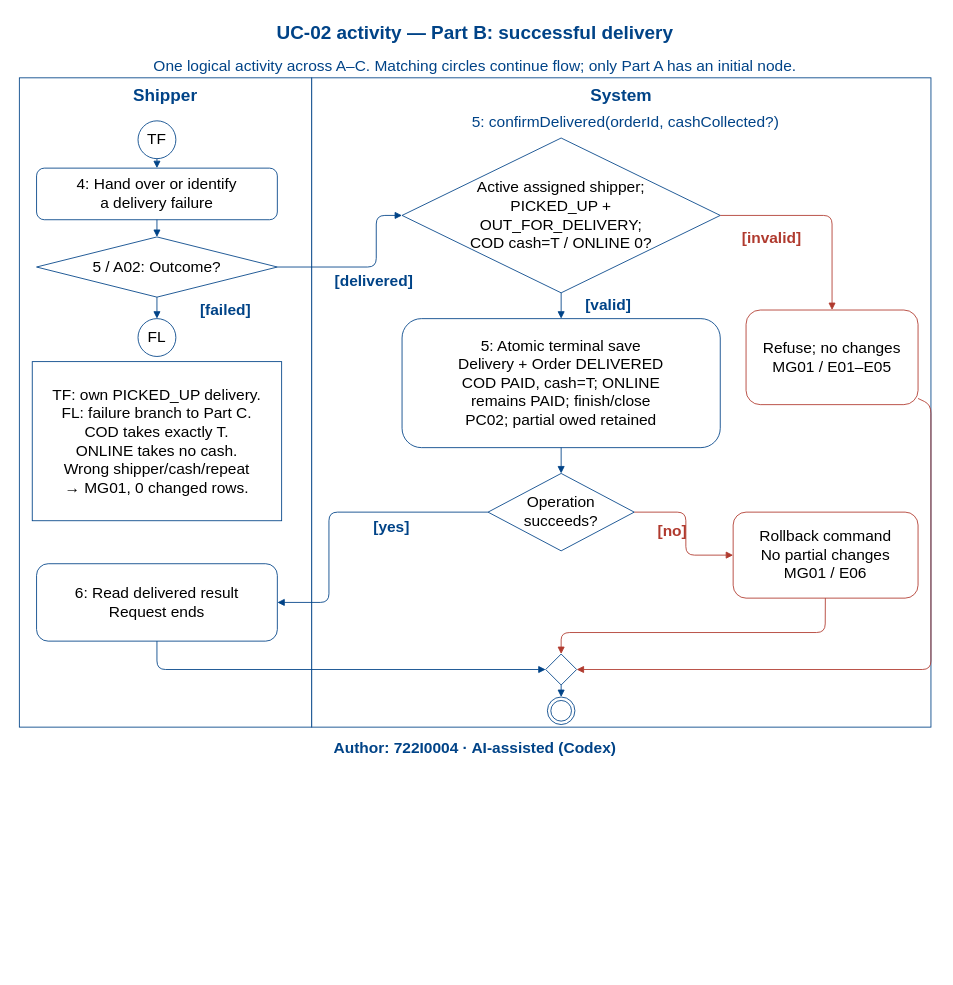
Earlier version of the draw.io diagram models/UC-02/activity_uc02_PartB.drawio (Dat071104/SaigonBite). Source tidied: cells renumbered, new cells numbered last; positions are measured from the earlier drawing's top-left corner, leaving out a move shared by most shapes. Both pictures are drawn from the tidied source at 86%, with x=0, y=0 at pixel (15, 15).
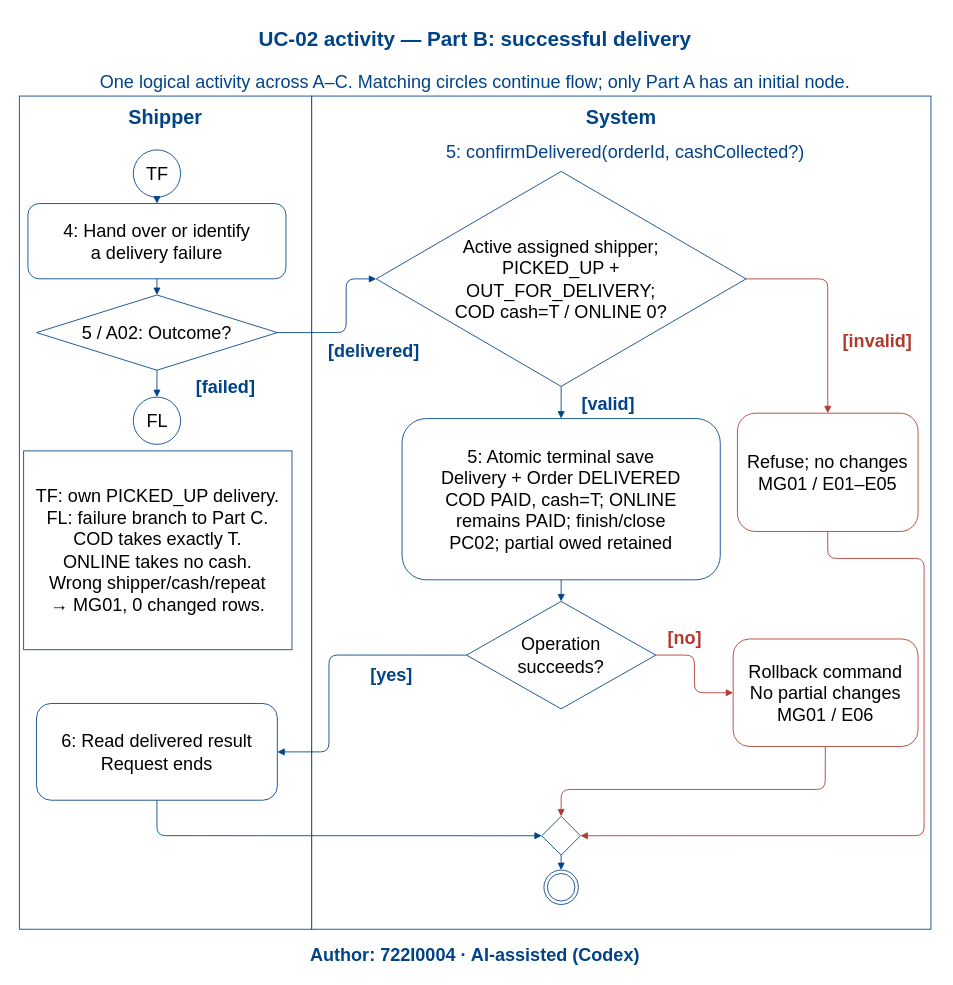
The same page after the edit.

Diff of the diagram source:
```diff
@@
-    <mxCell id="2" value="UC-02 activity — Part B: successful delivery" style="text;html=0;whiteSpace=wrap;fontSize=22;fontColor=#004387;fontStyle=1;align=center;verticalAlign=middle;strokeColor=none;fillColor=none;" parent="1" vertex="1">
-      <mxGeometry x="5" width="1060" height="42" as="geometry" />
+    <mxCell id="2" value="UC-02 activity — Part B: successful delivery" style="text;html=0;whiteSpace=wrap;fontSize=24;fontColor=#004387;fontStyle=1;align=center;verticalAlign=middle;strokeColor=none;fillColor=none;" parent="1" vertex="1">
+      <mxGeometry x="5" y="3" width="1060" height="52.5" as="geometry" />
     </mxCell>
-    <mxCell id="3" value="Author: 722I0004 · AI-assisted (Codex)" style="text;html=0;whiteSpace=wrap;fontSize=18;fontColor=#004387;fontStyle=1;align=center;verticalAlign=middle;strokeColor=none;fillColor=none;" parent="1" vertex="1">
-      <mxGeometry x="5" y="838" width="1060" height="28" as="geometry" />
+    <mxCell id="3" value="Author: 722I0004 · AI-assisted (Codex)" style="text;html=0;whiteSpace=wrap;fontSize=21;fontColor=#004387;fontStyle=1;align=center;verticalAlign=middle;strokeColor=none;fillColor=none;" parent="1" vertex="1">
+      <mxGeometry x="5" y="1075.5" width="1060" height="35" as="geometry" />
     </mxCell>
-    <mxCell id="4" style="rounded=0;html=0;whiteSpace=wrap;strokeColor=#004387;fillColor=white;fontSize=18;align=center;verticalAlign=middle;" parent="1" vertex="1">
-      <mxGeometry x="5" y="73" width="340" height="755" as="geometry" />
+    <mxCell id="4" style="rounded=0;html=0;whiteSpace=wrap;strokeColor=#004387;fillColor=white;fontSize=21;align=center;verticalAlign=middle;" parent="1" vertex="1">
+      <mxGeometry x="5" y="94.2" width="340" height="968.8" as="geometry" />
     </mxCell>
-    <mxCell id="5" style="rounded=0;html=0;whiteSpace=wrap;strokeColor=#004387;fillColor=white;fontSize=18;align=center;verticalAlign=middle;" parent="1" vertex="1">
-      <mxGeometry x="345" y="73" width="720" height="755" as="geometry" />
+    <mxCell id="5" style="rounded=0;html=0;whiteSpace=wrap;strokeColor=#004387;fillColor=white;fontSize=21;align=center;verticalAlign=middle;" parent="1" vertex="1">
+      <mxGeometry x="345" y="94.2" width="720" height="968.8" as="geometry" />
     </mxCell>
-    <mxCell id="6" value="Shipper" style="text;html=0;whiteSpace=wrap;fontSize=20;fontColor=#004387;fontStyle=1;align=center;verticalAlign=middle;strokeColor=none;fillColor=none;" parent="1" vertex="1">
-      <mxGeometry x="10" y="78" width="330" height="30" as="geometry" />
+    <mxCell id="6" value="Shipper" style="text;html=0;whiteSpace=wrap;fontSize=23;fontColor=#004387;fontStyle=1;align=center;verticalAlign=middle;strokeColor=none;fillColor=none;" parent="1" vertex="1">
+      <mxGeometry x="10" y="100.5" width="330" height="37.5" as="geometry" />
     </mxCell>
-    <mxCell id="7" value="System" style="text;html=0;whiteSpace=wrap;fontSize=20;fontColor=#004387;fontStyle=1;align=center;verticalAlign=middle;strokeColor=none;fillColor=none;" parent="1" vertex="1">
-      <mxGeometry x="350" y="78" width="710" height="30" as="geometry" />
+    <mxCell id="7" value="System" style="text;html=0;whiteSpace=wrap;fontSize=23;fontColor=#004387;fontStyle=1;align=center;verticalAlign=middle;strokeColor=none;fillColor=none;" parent="1" vertex="1">
+      <mxGeometry x="350" y="100.5" width="710" height="37.5" as="geometry" />
     </mxCell>
-    <mxCell id="8" value="TF" style="ellipse;html=0;whiteSpace=wrap;strokeColor=#004387;fillColor=white;fontSize=18;align=center;verticalAlign=middle;" parent="1" vertex="1">
-      <mxGeometry x="143" y="123" width="44" height="44" as="geometry" />
+    <mxCell id="8" value="TF" style="ellipse;html=0;whiteSpace=wrap;strokeColor=#004387;fillColor=white;fontSize=21;align=center;verticalAlign=middle;" parent="1" vertex="1">
+      <mxGeometry x="137.5" y="156.8" width="55" height="55" as="geometry" />
     </mxCell>
-    <mxCell id="9" value="4: Hand over or identify&#10;a delivery failure" style="rounded=1;html=0;whiteSpace=wrap;strokeColor=#004387;fillColor=white;fontSize=18;align=center;verticalAlign=middle;" parent="1" vertex="1">
-      <mxGeometry x="25" y="178" width="280" height="60" as="geometry" />
+    <mxCell id="9" value="4: Hand over or identify&#10;a delivery failure" style="rounded=1;html=0;whiteSpace=wrap;strokeColor=#004387;fillColor=white;fontSize=21;align=center;verticalAlign=middle;" parent="1" vertex="1">
+      <mxGeometry x="15" y="219.2" width="300" height="87.5" as="geometry" />
     </mxCell>
-    <mxCell id="10" value="5 / A02: Outcome?" style="rhombus;html=0;whiteSpace=wrap;strokeColor=#004387;fillColor=white;fontSize=18;align=center;verticalAlign=middle;" parent="1" vertex="1">
-      <mxGeometry x="25" y="258" width="280" height="70" as="geometry" />
+    <mxCell id="10" value="5 / A02: Outcome?" style="rhombus;html=0;whiteSpace=wrap;strokeColor=#004387;fillColor=white;fontSize=21;align=center;verticalAlign=middle;" parent="1" vertex="1">
+      <mxGeometry x="25" y="325.5" width="280" height="87.5" as="geometry" />
     </mxCell>
-    <mxCell id="11" value="Active assigned shipper;&#10;PICKED_UP +&#10;OUT_FOR_DELIVERY;&#10;COD cash=T / ONLINE 0?" style="rhombus;html=0;whiteSpace=wrap;strokeColor=#004387;fillColor=white;fontSize=18;align=center;verticalAlign=middle;" parent="1" vertex="1">
-      <mxGeometry x="450" y="143" width="370" height="180" as="geometry" />
+    <mxCell id="11" value="Active assigned shipper;&#10;PICKED_UP +&#10;OUT_FOR_DELIVERY;&#10;COD cash=T / ONLINE 0?" style="rhombus;html=0;whiteSpace=wrap;strokeColor=#004387;fillColor=white;fontSize=21;align=center;verticalAlign=middle;" parent="1" vertex="1">
+      <mxGeometry x="420" y="181.8" width="430" height="250" as="geometry" />
     </mxCell>
-    <mxCell id="12" value="5: Atomic terminal save&#10;Delivery + Order DELIVERED&#10;COD PAID, cash=T; ONLINE&#10;remains PAID; finish/close&#10;PC02; partial owed retained" style="rounded=1;html=0;whiteSpace=wrap;strokeColor=#004387;fillColor=white;fontSize=18;align=center;verticalAlign=middle;" parent="1" vertex="1">
-      <mxGeometry x="450" y="353" width="370" height="150" as="geometry" />
+    <mxCell id="12" value="5: Atomic terminal save&#10;Delivery + Order DELIVERED&#10;COD PAID, cash=T; ONLINE&#10;remains PAID; finish/close&#10;PC02; partial owed retained" style="rounded=1;html=0;whiteSpace=wrap;strokeColor=#004387;fillColor=white;fontSize=21;align=center;verticalAlign=middle;" parent="1" vertex="1">
+      <mxGeometry x="450" y="469.2" width="370" height="187.5" as="geometry" />
     </mxCell>
-    <mxCell id="13" value="5: confirmDelivered(orderId, cashCollected?)" style="text;html=0;whiteSpace=wrap;fontSize=18;fontColor=#004387;fontStyle=0;align=center;verticalAlign=middle;strokeColor=none;fillColor=none;" parent="1" vertex="1">
-      <mxGeometry x="385" y="112" width="650" height="26" as="geometry" />
+    <mxCell id="13" value="5: confirmDelivered(orderId, cashCollected?)" style="text;html=0;whiteSpace=wrap;fontSize=21;fontColor=#004387;fontStyle=0;align=center;verticalAlign=middle;strokeColor=none;fillColor=none;" parent="1" vertex="1">
+      <mxGeometry x="385" y="143" width="650" height="32.5" as="geometry" />
     </mxCell>
-    <mxCell id="14" value="Operation&#10;succeeds?" style="rhombus;html=0;whiteSpace=wrap;strokeColor=#004387;fillColor=white;fontSize=18;align=center;verticalAlign=middle;" parent="1" vertex="1">
-      <mxGeometry x="550" y="533" width="170" height="90" as="geometry" />
+    <mxCell id="14" value="Operation&#10;succeeds?" style="rhombus;html=0;whiteSpace=wrap;strokeColor=#004387;fillColor=white;fontSize=21;align=center;verticalAlign=middle;" parent="1" vertex="1">
+      <mxGeometry x="525" y="681.8" width="220" height="125" as="geometry" />
     </mxCell>
-    <mxCell id="15" value="Refuse; no changes&#10;MG01 / E01–E05" style="rounded=1;html=0;whiteSpace=wrap;strokeColor=#B03A2E;fillColor=white;fontSize=18;align=center;verticalAlign=middle;" parent="1" vertex="1">
-      <mxGeometry x="850" y="343" width="200" height="110" as="geometry" />
+    <mxCell id="15" value="Refuse; no changes&#10;MG01 / E01–E05" style="rounded=1;html=0;whiteSpace=wrap;strokeColor=#B03A2E;fillColor=white;fontSize=21;align=center;verticalAlign=middle;" parent="1" vertex="1">
+      <mxGeometry x="840" y="463" width="210" height="137.5" as="geometry" />
     </mxCell>
-    <mxCell id="16" value="Rollback command&#10;No partial changes&#10;MG01 / E06" style="rounded=1;html=0;whiteSpace=wrap;strokeColor=#B03A2E;fillColor=white;fontSize=18;align=center;verticalAlign=middle;" parent="1" vertex="1">
-      <mxGeometry x="835" y="578" width="215" height="100" as="geometry" />
+    <mxCell id="16" value="Rollback command&#10;No partial changes&#10;MG01 / E06" style="rounded=1;html=0;whiteSpace=wrap;strokeColor=#B03A2E;fillColor=white;fontSize=21;align=center;verticalAlign=middle;" parent="1" vertex="1">
+      <mxGeometry x="835" y="725.5" width="215" height="125" as="geometry" />
     </mxCell>
-    <mxCell id="17" value="6: Read delivered result&#10;Request ends" style="rounded=1;html=0;whiteSpace=wrap;strokeColor=#004387;fillColor=white;fontSize=18;align=center;verticalAlign=middle;" parent="1" vertex="1">
-      <mxGeometry x="25" y="638" width="280" height="90" as="geometry" />
+    <mxCell id="17" value="6: Read delivered result&#10;Request ends" style="rounded=1;html=0;whiteSpace=wrap;strokeColor=#004387;fillColor=white;fontSize=21;align=center;verticalAlign=middle;" parent="1" vertex="1">
+      <mxGeometry x="25" y="800.5" width="280" height="112.5" as="geometry" />
     </mxCell>
-    <mxCell id="18" style="rhombus;html=0;whiteSpace=wrap;strokeColor=#004387;fillColor=white;fontSize=18;align=center;verticalAlign=middle;" parent="1" vertex="1">
-      <mxGeometry x="617" y="743" width="36" height="36" as="geometry" />
+    <mxCell id="18" style="rhombus;html=0;whiteSpace=wrap;strokeColor=#004387;fillColor=white;fontSize=21;align=center;verticalAlign=middle;" parent="1" vertex="1">
+      <mxGeometry x="612.5" y="931.8" width="45" height="45" as="geometry" />
     </mxCell>
-    <mxCell id="19" style="shape=endState;html=0;whiteSpace=wrap;strokeColor=#004387;fillColor=white;fontSize=18;align=center;verticalAlign=middle;" parent="1" vertex="1">
-      <mxGeometry x="619" y="793" width="32" height="32" as="geometry" />
+    <mxCell id="19" style="shape=endState;html=0;whiteSpace=wrap;strokeColor=#004387;fillColor=white;fontSize=21;align=center;verticalAlign=middle;" parent="1" vertex="1">
+      <mxGeometry x="615" y="994.2" width="40" height="40" as="geometry" />
     </mxCell>
-    <mxCell id="20" value="TF: own PICKED_UP delivery.&#10;FL: failure branch to Part C.&#10;COD takes exactly T.&#10;ONLINE takes no cash.&#10;Wrong shipper/cash/repeat&#10;→ MG01, 0 changed rows." style="rounded=0;html=0;whiteSpace=wrap;strokeColor=#004387;fillColor=white;fontSize=18;align=center;verticalAlign=middle;" parent="1" vertex="1">
-      <mxGeometry x="20" y="403" width="290" height="185" as="geometry" />
+    <mxCell id="20" value="TF: own PICKED_UP delivery.&#10;FL: failure branch to Part C.&#10;COD takes exactly T.&#10;ONLINE takes no cash.&#10;Wrong shipper/cash/repeat&#10;→ MG01, 0 changed rows." style="rounded=0;html=0;whiteSpace=wrap;strokeColor=#004387;fillColor=white;fontSize=21;align=center;verticalAlign=middle;" parent="1" vertex="1">
+      <mxGeometry x="10" y="506.8" width="312" height="231.2" as="geometry" />
     </mxCell>
@@
     <mxCell id="23" style="edgeStyle=none;html=0;endArrow=block;strokeColor=#004387;" parent="1" edge="1" source="10" target="11">
       <mxGeometry relative="1" as="geometry">
         <Array as="points">
-          <mxPoint x="420" y="293" />
-          <mxPoint x="420" y="233" />
+          <mxPoint x="385" y="369.2" />
+          <mxPoint x="385" y="306.8" />
         </Array>
       </mxGeometry>
     </mxCell>
-    <mxCell id="24" value="[delivered]" style="text;html=0;whiteSpace=wrap;fontSize=18;fontColor=#004387;fontStyle=1;align=center;verticalAlign=middle;strokeColor=none;fillColor=none;" parent="1" vertex="1">
-      <mxGeometry x="355" y="297" width="125" height="26" as="geometry" />
+    <mxCell id="24" value="[delivered]" style="text;html=0;whiteSpace=wrap;fontSize=21;fontColor=#004387;fontStyle=1;align=center;verticalAlign=middle;strokeColor=none;fillColor=none;" parent="1" vertex="1">
+      <mxGeometry x="355" y="374.2" width="125" height="32.5" as="geometry" />
     </mxCell>
-    <mxCell id="25" value="FL" style="ellipse;html=0;whiteSpace=wrap;strokeColor=#004387;fillColor=white;fontSize=18;align=center;verticalAlign=middle;" parent="1" vertex="1">
-      <mxGeometry x="143" y="353" width="44" height="44" as="geometry" />
+    <mxCell id="25" value="FL" style="ellipse;html=0;whiteSpace=wrap;strokeColor=#004387;fillColor=white;fontSize=21;align=center;verticalAlign=middle;" parent="1" vertex="1">
+      <mxGeometry x="137.5" y="444.2" width="55" height="55" as="geometry" />
     </mxCell>
@@
-    <mxCell id="27" value="[failed]" style="text;html=0;whiteSpace=wrap;fontSize=18;fontColor=#004387;fontStyle=1;align=center;verticalAlign=middle;strokeColor=none;fillColor=none;" parent="1" vertex="1">
-      <mxGeometry x="190" y="330" width="110" height="26" as="geometry" />
+    <mxCell id="27" value="[failed]" style="text;html=0;whiteSpace=wrap;fontSize=21;fontColor=#004387;fontStyle=1;align=center;verticalAlign=middle;strokeColor=none;fillColor=none;" parent="1" vertex="1">
+      <mxGeometry x="190" y="415.5" width="110" height="32.5" as="geometry" />
     </mxCell>
@@
-    <mxCell id="29" value="[valid]" style="text;html=0;whiteSpace=wrap;fontSize=18;fontColor=#004387;fontStyle=1;align=center;verticalAlign=middle;strokeColor=none;fillColor=none;" parent="1" vertex="1">
-      <mxGeometry x="640" y="325" width="100" height="26" as="geometry" />
+    <mxCell id="29" value="[valid]" style="text;html=0;whiteSpace=wrap;fontSize=21;fontColor=#004387;fontStyle=1;align=center;verticalAlign=middle;strokeColor=none;fillColor=none;" parent="1" vertex="1">
+      <mxGeometry x="640" y="435.5" width="100" height="32.5" as="geometry" />
     </mxCell>
     <mxCell id="30" style="edgeStyle=none;html=0;endArrow=block;strokeColor=#B03A2E;" parent="1" edge="1" source="11" target="15">
       <mxGeometry relative="1" as="geometry">
         <Array as="points">
-          <mxPoint x="950" y="233" />
+          <mxPoint x="945" y="306.8" />
         </Array>
       </mxGeometry>
     </mxCell>
-    <mxCell id="31" value="[invalid]" style="text;html=0;whiteSpace=wrap;fontSize=18;fontColor=#B03A2E;fontStyle=1;align=center;verticalAlign=middle;strokeColor=none;fillColor=none;" parent="1" vertex="1">
-      <mxGeometry x="820" y="246" width="120" height="26" as="geometry" />
+    <mxCell id="31" value="[invalid]" style="text;html=0;whiteSpace=wrap;fontSize=21;fontColor=#B03A2E;fontStyle=1;align=center;verticalAlign=middle;strokeColor=none;fillColor=none;" parent="1" vertex="1">
+      <mxGeometry x="953" y="363" width="100" height="32.5" as="geometry" />
     </mxCell>
@@
     <mxCell id="33" style="edgeStyle=none;html=0;endArrow=block;strokeColor=#004387;" parent="1" edge="1" source="14" target="17">
       <mxGeometry relative="1" as="geometry">
         <Array as="points">
-          <mxPoint x="365" y="578" />
-          <mxPoint x="365" y="683" />
+          <mxPoint x="365" y="744.2" />
+          <mxPoint x="365" y="856.8" />
         </Array>
       </mxGeometry>
     </mxCell>
-    <mxCell id="34" value="[yes]" style="text;html=0;whiteSpace=wrap;fontSize=18;fontColor=#004387;fontStyle=1;align=center;verticalAlign=middle;strokeColor=none;fillColor=none;" parent="1" vertex="1">
-      <mxGeometry x="393" y="583" width="90" height="26" as="geometry" />
+    <mxCell id="34" value="[yes]" style="text;html=0;whiteSpace=wrap;fontSize=21;fontColor=#004387;fontStyle=1;align=center;verticalAlign=middle;strokeColor=none;fillColor=none;" parent="1" vertex="1">
+      <mxGeometry x="393" y="750.5" width="90" height="32.5" as="geometry" />
     </mxCell>
     <mxCell id="35" style="edgeStyle=none;html=0;endArrow=block;strokeColor=#B03A2E;" parent="1" edge="1" source="14" target="16">
       <mxGeometry relative="1" as="geometry">
         <Array as="points">
-          <mxPoint x="780" y="578" />
-          <mxPoint x="780" y="628" />
+          <mxPoint x="790" y="744.2" />
+          <mxPoint x="790" y="788" />
         </Array>
       </mxGeometry>
     </mxCell>
-    <mxCell id="36" value="[no]" style="text;html=0;whiteSpace=wrap;fontSize=18;fontColor=#B03A2E;fontStyle=1;align=center;verticalAlign=middle;strokeColor=none;fillColor=none;" parent="1" vertex="1">
-      <mxGeometry x="732" y="587" width="65" height="26" as="geometry" />
+    <mxCell id="36" value="[no]" style="text;html=0;whiteSpace=wrap;fontSize=21;fontColor=#B03A2E;fontStyle=1;align=center;verticalAlign=middle;strokeColor=none;fillColor=none;" parent="1" vertex="1">
+      <mxGeometry x="749" y="708" width="60" height="32.5" as="geometry" />
     </mxCell>
     <mxCell id="37" style="edgeStyle=none;html=0;endArrow=block;strokeColor=#B03A2E;" parent="1" edge="1" source="15" target="18">
       <mxGeometry relative="1" as="geometry">
         <Array as="points">
-          <mxPoint x="1065" y="453" />
-          <mxPoint x="1065" y="761" />
+          <mxPoint x="945" y="631.8" />
+          <mxPoint x="1057" y="631.8" />
+          <mxPoint x="1057" y="954.2" />
         </Array>
       </mxGeometry>
     </mxCell>
     <mxCell id="38" style="edgeStyle=none;html=0;endArrow=block;strokeColor=#B03A2E;" parent="1" edge="1" source="16" target="18">
       <mxGeometry relative="1" as="geometry">
         <Array as="points">
-          <mxPoint x="942" y="718" />
-          <mxPoint x="635" y="718" />
+          <mxPoint x="942" y="900.5" />
+          <mxPoint x="635" y="900.5" />
         </Array>
       </mxGeometry>
     </mxCell>
     <mxCell id="39" style="edgeStyle=none;html=0;endArrow=block;strokeColor=#004387;" parent="1" edge="1" source="17" target="18">
       <mxGeometry relative="1" as="geometry">
         <Array as="points">
-          <mxPoint x="165" y="761" />
+          <mxPoint x="165" y="954.2" />
         </Array>
       </mxGeometry>
     </mxCell>
@@
-    <mxCell id="41" value="One logical activity across A–C. Matching circles continue flow; only Part A has an initial node." style="text;html=0;whiteSpace=wrap;fontSize=18;fontColor=#004387;fontStyle=0;align=center;verticalAlign=middle;strokeColor=none;fillColor=none;" parent="1" vertex="1">
-      <mxGeometry y="46" width="1070" height="26" as="geometry" />
+    <mxCell id="41" value="One logical activity across A–C. Matching circles continue flow; only Part A has an initial node." style="text;html=0;whiteSpace=wrap;fontSize=21;fontColor=#004387;fontStyle=0;align=center;verticalAlign=middle;strokeColor=none;fillColor=none;" parent="1" vertex="1">
+      <mxGeometry y="60.5" width="1070" height="32.5" as="geometry" />
     </mxCell>
```
